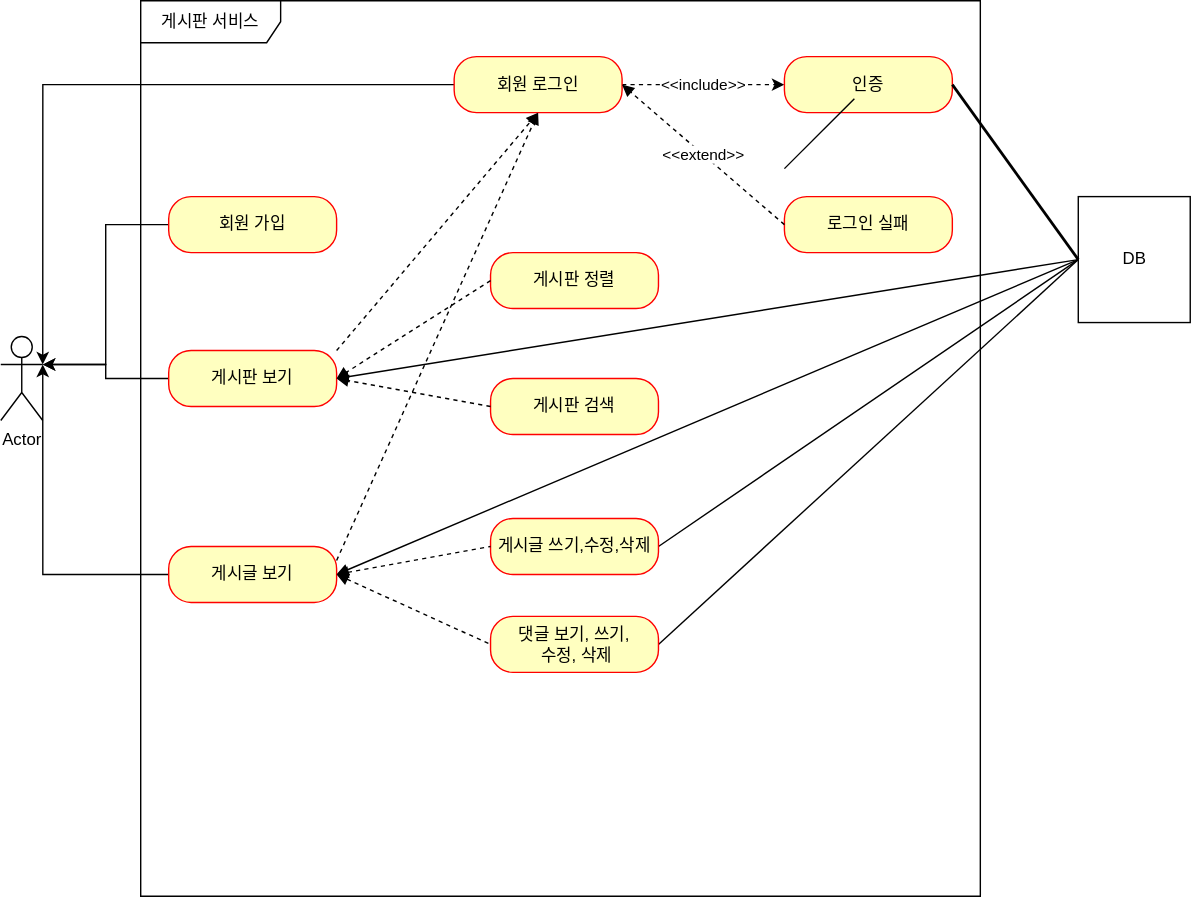
This is document/use-case.svg from hugydugy/freeboard, a draw.io export, as it was before one commit. Source tidied: cells renumbered, new cells last; positions are measured from the earlier drawing's top-left corner, leaving out a move shared by most shapes.
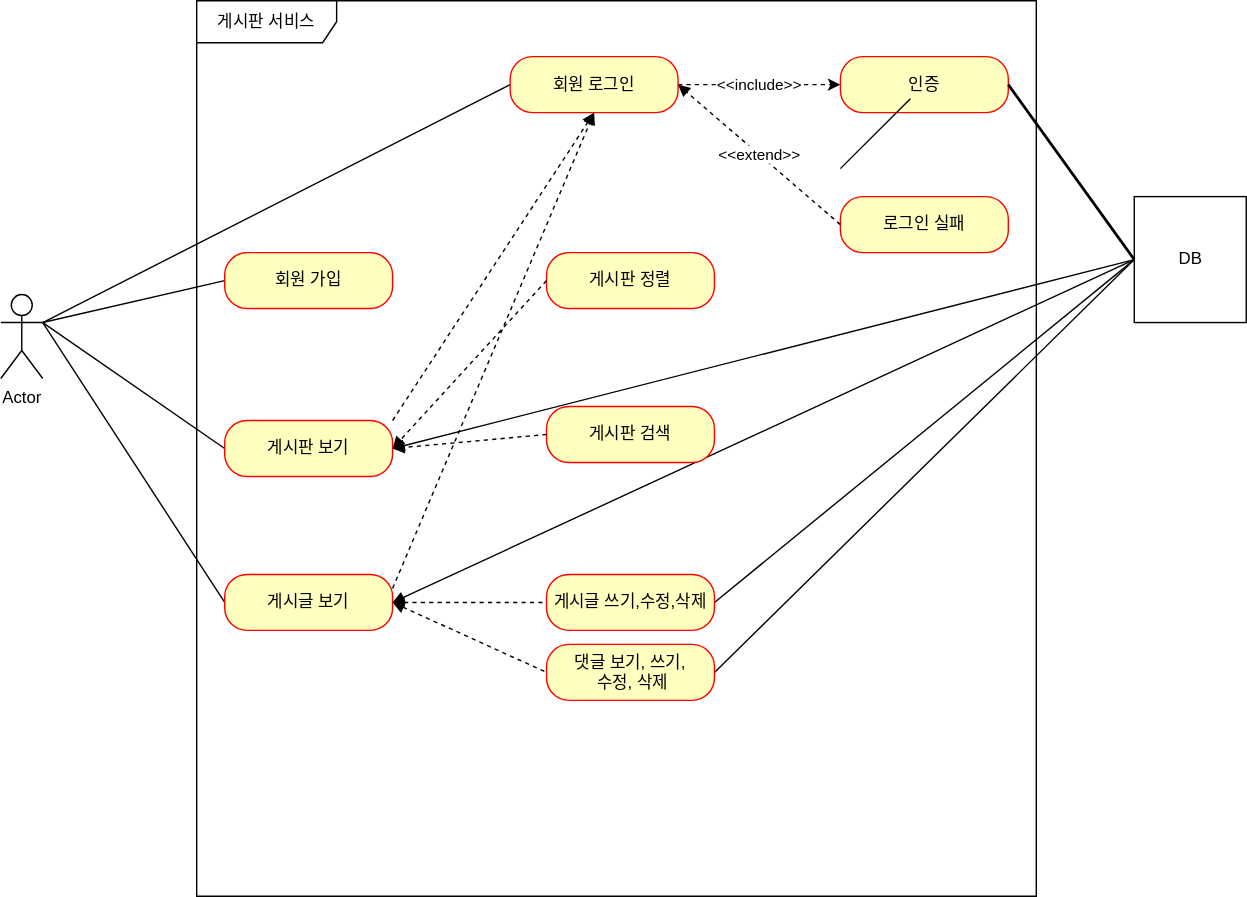
After the change.

Commit message:
#4 - 게시판 서비스 유즈케이스 그림 완성

The edit, as a diff of the source:
```diff
@@ -3,43 +3,41 @@
     <mxCell id="0" />
     <mxCell id="1" parent="0" />
     <mxCell id="2" value="Actor" style="shape=umlActor;verticalLabelPosition=bottom;verticalAlign=top;html=1;outlineConnect=0;" parent="1" vertex="1">
-      <mxGeometry y="240" width="30" height="60" as="geometry" />
+      <mxGeometry x="-40" y="210" width="30" height="60" as="geometry" />
     </mxCell>
     <mxCell id="3" value="게시판 서비스" style="shape=umlFrame;whiteSpace=wrap;html=1;width=100;height=30;" parent="1" vertex="1">
       <mxGeometry x="100" width="600" height="640" as="geometry" />
     </mxCell>
-    <mxCell id="4" style="edgeStyle=orthogonalEdgeStyle;rounded=0;jettySize=auto;html=1;exitX=0;exitY=0.5;exitDx=0;exitDy=0;entryX=1;entryY=0.3333333333333333;entryDx=0;entryDy=0;entryPerimeter=0;" parent="1" edge="1" source="5" target="2">
+    <mxCell id="4" style="rounded=0;jettySize=auto;html=1;exitX=0;exitY=0.5;exitDx=0;exitDy=0;entryX=1;entryY=0.3333333333333333;entryDx=0;entryDy=0;entryPerimeter=0;endArrow=none;endFill=0;" parent="1" edge="1" source="5" target="2">
       <mxGeometry relative="1" as="geometry" />
     </mxCell>
     <mxCell id="5" value="회원 가입" style="rounded=1;whiteSpace=wrap;html=1;arcSize=40;fontColor=#000000;fillColor=#ffffc0;strokeColor=#ff0000;" parent="1" vertex="1">
-      <mxGeometry x="120" y="140" width="120" height="40" as="geometry" />
+      <mxGeometry x="120" y="180" width="120" height="40" as="geometry" />
     </mxCell>
-    <mxCell id="6" style="edgeStyle=orthogonalEdgeStyle;rounded=0;jettySize=auto;html=1;exitX=0;exitY=0.5;exitDx=0;exitDy=0;" parent="1" edge="1" source="8">
+    <mxCell id="6" style="rounded=0;jettySize=auto;html=1;exitX=0;exitY=0.5;exitDx=0;exitDy=0;endArrow=none;endFill=0;" parent="1" edge="1" source="8">
       <mxGeometry relative="1" as="geometry">
-        <mxPoint x="30" y="260" as="targetPoint" />
+        <mxPoint x="-10" y="230" as="targetPoint" />
       </mxGeometry>
     </mxCell>
     <mxCell id="7" style="rounded=0;jettySize=auto;html=1;exitX=1;exitY=0.5;exitDx=0;exitDy=0;entryX=0;entryY=0.5;entryDx=0;entryDy=0;strokeColor=default;startArrow=block;startFill=1;endArrow=none;endFill=0;" parent="1" edge="1" source="8" target="30">
       <mxGeometry relative="1" as="geometry" />
     </mxCell>
     <mxCell id="8" value="게시판 보기" style="rounded=1;whiteSpace=wrap;html=1;arcSize=40;fontColor=#000000;fillColor=#ffffc0;strokeColor=#ff0000;" parent="1" vertex="1">
-      <mxGeometry x="120" y="250" width="120" height="40" as="geometry" />
+      <mxGeometry x="120" y="300" width="120" height="40" as="geometry" />
     </mxCell>
-    <mxCell id="9" style="edgeStyle=orthogonalEdgeStyle;rounded=0;jettySize=auto;html=1;exitX=0;exitY=0.5;exitDx=0;exitDy=0;" parent="1" edge="1" source="11">
+    <mxCell id="9" style="rounded=0;jettySize=auto;html=1;exitX=0;exitY=0.5;exitDx=0;exitDy=0;endArrow=none;endFill=0;" parent="1" edge="1" source="11">
       <mxGeometry relative="1" as="geometry">
-        <mxPoint x="30" y="260" as="targetPoint" />
+        <mxPoint x="-10" y="230" as="targetPoint" />
       </mxGeometry>
     </mxCell>
     <mxCell id="10" style="edgeStyle=none;rounded=0;jettySize=auto;html=1;exitX=1;exitY=0.5;exitDx=0;exitDy=0;entryX=0;entryY=0.5;entryDx=0;entryDy=0;strokeColor=default;startArrow=block;startFill=1;endArrow=none;endFill=0;" parent="1" edge="1" source="11" target="30">
       <mxGeometry relative="1" as="geometry" />
     </mxCell>
     <mxCell id="11" value="게시글 보기" style="rounded=1;whiteSpace=wrap;html=1;arcSize=40;fontColor=#000000;fillColor=#ffffc0;strokeColor=#ff0000;" parent="1" vertex="1">
-      <mxGeometry x="120" y="390" width="120" height="40" as="geometry" />
+      <mxGeometry x="120" y="410" width="120" height="40" as="geometry" />
     </mxCell>
-    <mxCell id="12" style="edgeStyle=orthogonalEdgeStyle;rounded=0;jettySize=auto;html=1;exitX=0;exitY=0.5;exitDx=0;exitDy=0;" parent="1" edge="1" source="14">
-      <mxGeometry relative="1" as="geometry">
-        <mxPoint x="30" y="260" as="targetPoint" />
-      </mxGeometry>
+    <mxCell id="12" style="rounded=0;jettySize=auto;html=1;exitX=0;exitY=0.5;exitDx=0;exitDy=0;entryX=1;entryY=0.3333333333333333;entryDx=0;entryDy=0;entryPerimeter=0;endArrow=none;endFill=0;" parent="1" edge="1" source="14" target="2">
+      <mxGeometry relative="1" as="geometry" />
     </mxCell>
     <mxCell id="13" value="&amp;lt;&amp;lt;include&amp;gt;&amp;gt;" style="edgeStyle=orthogonalEdgeStyle;rounded=0;jettySize=auto;html=1;exitX=1;exitY=0.5;exitDx=0;exitDy=0;entryX=0;entryY=0.5;entryDx=0;entryDy=0;dashed=1;" parent="1" edge="1" source="14" target="15">
       <mxGeometry relative="1" as="geometry" />
@@ -57,19 +55,19 @@
       <mxGeometry x="350" y="180" width="120" height="40" as="geometry" />
     </mxCell>
     <mxCell id="18" value="게시판 검색" style="rounded=1;whiteSpace=wrap;html=1;arcSize=40;fontColor=#000000;fillColor=#ffffc0;strokeColor=#ff0000;" parent="1" vertex="1">
-      <mxGeometry x="350" y="270" width="120" height="40" as="geometry" />
+      <mxGeometry x="350" y="290" width="120" height="40" as="geometry" />
     </mxCell>
     <mxCell id="19" style="edgeStyle=none;rounded=0;jettySize=auto;html=1;exitX=1;exitY=0.5;exitDx=0;exitDy=0;entryX=0;entryY=0.5;entryDx=0;entryDy=0;strokeColor=default;startArrow=none;startFill=0;endArrow=none;endFill=0;" parent="1" edge="1" source="20" target="30">
       <mxGeometry relative="1" as="geometry" />
     </mxCell>
     <mxCell id="20" value="게시글 쓰기,수정,삭제" style="rounded=1;whiteSpace=wrap;html=1;arcSize=40;fontColor=#000000;fillColor=#ffffc0;strokeColor=#ff0000;" parent="1" vertex="1">
-      <mxGeometry x="350" y="370" width="120" height="40" as="geometry" />
+      <mxGeometry x="350" y="410" width="120" height="40" as="geometry" />
     </mxCell>
     <mxCell id="21" style="edgeStyle=none;rounded=0;jettySize=auto;html=1;exitX=1;exitY=0.5;exitDx=0;exitDy=0;entryX=0;entryY=0.5;entryDx=0;entryDy=0;strokeColor=default;startArrow=none;startFill=0;endArrow=none;endFill=0;" parent="1" edge="1" source="22" target="30">
       <mxGeometry relative="1" as="geometry" />
     </mxCell>
     <mxCell id="22" value="댓글 보기, 쓰기,&lt;br&gt;&amp;nbsp;수정, 삭제" style="rounded=1;whiteSpace=wrap;html=1;arcSize=40;fontColor=#000000;fillColor=#ffffc0;strokeColor=#ff0000;" parent="1" vertex="1">
-      <mxGeometry x="350" y="440" width="120" height="40" as="geometry" />
+      <mxGeometry x="350" y="460" width="120" height="40" as="geometry" />
     </mxCell>
     <mxCell id="23" value="&amp;lt;&amp;lt;extend&amp;gt;&amp;gt;" style="endArrow=block;html=1;rounded=0;strokeColor=default;entryX=1;entryY=0.5;entryDx=0;entryDy=0;exitX=0;exitY=0.5;exitDx=0;exitDy=0;endFill=1;dashed=1;" parent="1" edge="1" source="16" target="14">
       <mxGeometry relative="1" as="geometry" />
```
